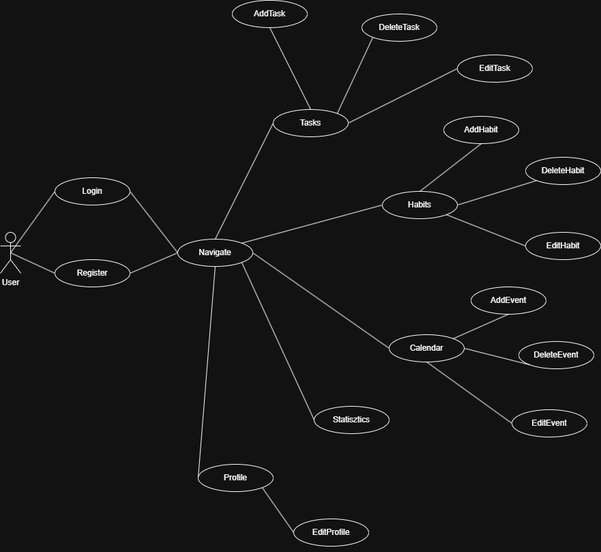
Before: Tervezés/Usecase_diagram.png, a diagram exported from draw.io (Fr7zs8/NapiCsepp). Source tidied: cells renumbered, new cells last; positions are measured from the earlier drawing's top-left corner, leaving out a move shared by most shapes.
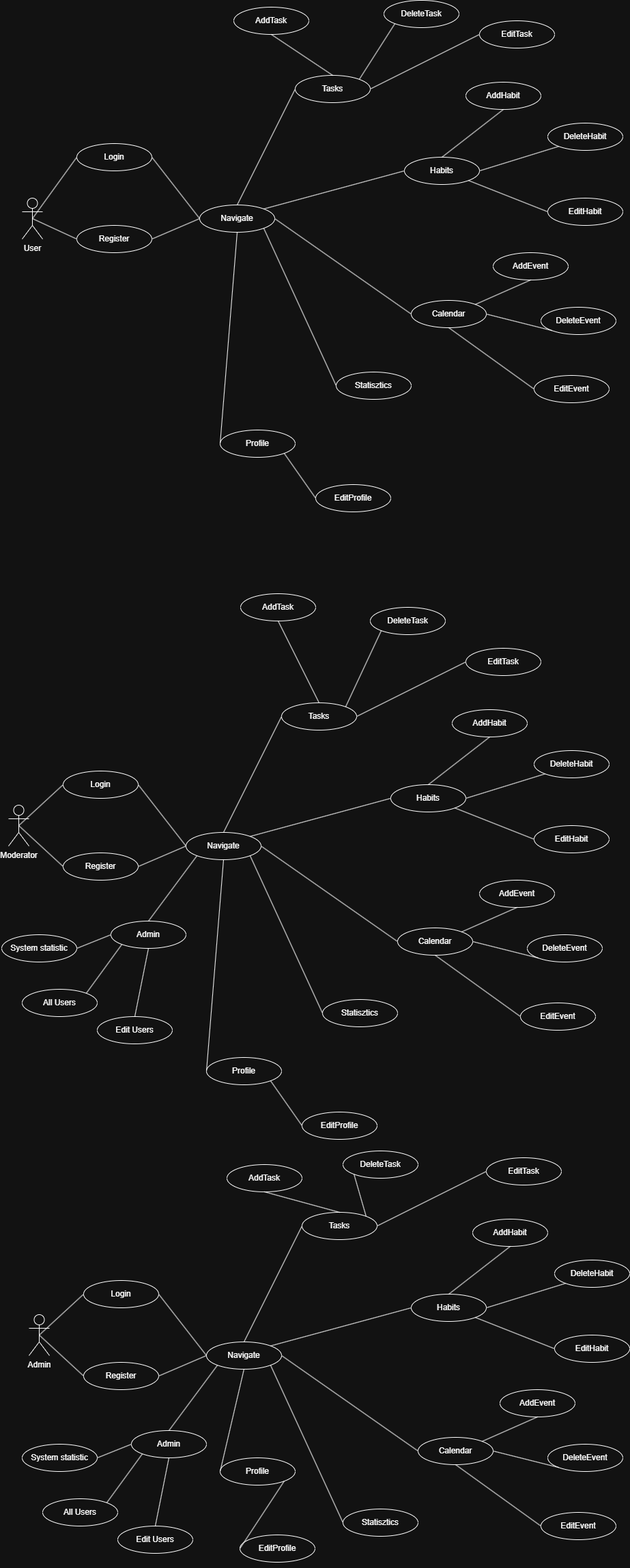
The same diagram one commit later.

Diff of the diagram source:
```diff
@@ -48,10 +48,10 @@
       <mxGeometry relative="1" as="geometry" />
     </mxCell>
     <mxCell id="17" value="AddTask" style="ellipse;whiteSpace=wrap;html=1;" parent="1" vertex="1">
-      <mxGeometry x="340" width="110" height="40" as="geometry" />
+      <mxGeometry x="310" y="60" width="110" height="40" as="geometry" />
     </mxCell>
     <mxCell id="18" value="DeleteTask" style="ellipse;whiteSpace=wrap;html=1;" parent="1" vertex="1">
-      <mxGeometry x="530" y="20" width="110" height="40" as="geometry" />
+      <mxGeometry x="530" y="50" width="110" height="40" as="geometry" />
     </mxCell>
     <mxCell id="19" value="EditTask" style="ellipse;whiteSpace=wrap;html=1;" parent="1" vertex="1">
       <mxGeometry x="670" y="80" width="110" height="40" as="geometry" />
@@ -119,5 +119,293 @@
     <mxCell id="40" style="endArrow=none;html=1;rounded=0;exitX=1;exitY=0.5;exitDx=0;exitDy=0;entryX=0;entryY=0.5;entryDx=0;entryDy=0;" parent="1" edge="1" source="38" target="5">
       <mxGeometry relative="1" as="geometry" />
     </mxCell>
+    <mxCell id="41" value="Moderator" style="shape=umlActor;verticalLabelPosition=bottom;verticalAlign=top;html=1;" parent="1" vertex="1">
+      <mxGeometry x="-20" y="1230" width="30" height="60" as="geometry" />
+    </mxCell>
+    <mxCell id="42" value="Login" style="ellipse;whiteSpace=wrap;html=1;" parent="1" vertex="1">
+      <mxGeometry x="60" y="1180" width="110" height="40" as="geometry" />
+    </mxCell>
+    <mxCell id="43" style="endArrow=none;html=1;rounded=0;exitX=0.5;exitY=0.5;exitDx=0;exitDy=0;exitPerimeter=0;entryX=0;entryY=0.5;entryDx=0;entryDy=0;" parent="1" edge="1" source="41" target="42">
+      <mxGeometry relative="1" as="geometry" />
+    </mxCell>
+    <mxCell id="44" value="Navigate" style="ellipse;whiteSpace=wrap;html=1;" parent="1" vertex="1">
+      <mxGeometry x="240" y="1270" width="110" height="40" as="geometry" />
+    </mxCell>
+    <mxCell id="45" value="Tasks" style="ellipse;whiteSpace=wrap;html=1;" parent="1" vertex="1">
+      <mxGeometry x="380" y="1080" width="110" height="40" as="geometry" />
+    </mxCell>
+    <mxCell id="46" value="Habits" style="ellipse;whiteSpace=wrap;html=1;" parent="1" vertex="1">
+      <mxGeometry x="540" y="1200" width="110" height="40" as="geometry" />
+    </mxCell>
+    <mxCell id="47" value="Calendar" style="ellipse;whiteSpace=wrap;html=1;" parent="1" vertex="1">
+      <mxGeometry x="550" y="1410" width="110" height="40" as="geometry" />
+    </mxCell>
+    <mxCell id="48" value="Statisztics" style="ellipse;whiteSpace=wrap;html=1;" parent="1" vertex="1">
+      <mxGeometry x="440" y="1515" width="110" height="40" as="geometry" />
+    </mxCell>
+    <mxCell id="49" value="Profile" style="ellipse;whiteSpace=wrap;html=1;" parent="1" vertex="1">
+      <mxGeometry x="270" y="1600" width="110" height="40" as="geometry" />
+    </mxCell>
+    <mxCell id="50" style="endArrow=none;html=1;rounded=0;exitX=1;exitY=0.5;exitDx=0;exitDy=0;entryX=0;entryY=0.5;entryDx=0;entryDy=0;" parent="1" edge="1" source="42" target="44">
+      <mxGeometry relative="1" as="geometry" />
+    </mxCell>
+    <mxCell id="51" style="endArrow=none;html=1;rounded=0;exitX=0.5;exitY=0;exitDx=0;exitDy=0;entryX=0;entryY=0.5;entryDx=0;entryDy=0;" parent="1" edge="1" source="44" target="45">
+      <mxGeometry relative="1" as="geometry" />
+    </mxCell>
+    <mxCell id="52" style="endArrow=none;html=1;rounded=0;exitX=1;exitY=0;exitDx=0;exitDy=0;entryX=0;entryY=0.5;entryDx=0;entryDy=0;" parent="1" edge="1" source="44" target="46">
+      <mxGeometry relative="1" as="geometry" />
+    </mxCell>
+    <mxCell id="53" style="endArrow=none;html=1;rounded=0;exitX=1;exitY=0.5;exitDx=0;exitDy=0;entryX=0;entryY=0.5;entryDx=0;entryDy=0;" parent="1" edge="1" source="44" target="47">
+      <mxGeometry relative="1" as="geometry" />
+    </mxCell>
+    <mxCell id="54" style="endArrow=none;html=1;rounded=0;exitX=1;exitY=1;exitDx=0;exitDy=0;entryX=0;entryY=0.5;entryDx=0;entryDy=0;" parent="1" edge="1" source="44" target="48">
+      <mxGeometry relative="1" as="geometry" />
+    </mxCell>
+    <mxCell id="55" style="endArrow=none;html=1;rounded=0;exitX=0.5;exitY=1;exitDx=0;exitDy=0;entryX=0;entryY=0.5;entryDx=0;entryDy=0;" parent="1" edge="1" source="44" target="49">
+      <mxGeometry relative="1" as="geometry" />
+    </mxCell>
+    <mxCell id="56" value="AddTask" style="ellipse;whiteSpace=wrap;html=1;" parent="1" vertex="1">
+      <mxGeometry x="320" y="920" width="110" height="40" as="geometry" />
+    </mxCell>
+    <mxCell id="57" value="DeleteTask" style="ellipse;whiteSpace=wrap;html=1;" parent="1" vertex="1">
+      <mxGeometry x="510" y="940" width="110" height="40" as="geometry" />
+    </mxCell>
+    <mxCell id="58" value="EditTask" style="ellipse;whiteSpace=wrap;html=1;" parent="1" vertex="1">
+      <mxGeometry x="650" y="1000" width="110" height="40" as="geometry" />
+    </mxCell>
+    <mxCell id="59" style="endArrow=none;html=1;rounded=0;entryX=0.5;entryY=1;entryDx=0;entryDy=0;exitX=0.5;exitY=0;exitDx=0;exitDy=0;" parent="1" edge="1" source="45" target="56">
+      <mxGeometry relative="1" as="geometry" />
+    </mxCell>
+    <mxCell id="60" style="endArrow=none;html=1;rounded=0;entryX=0;entryY=1;entryDx=0;entryDy=0;exitX=1;exitY=0;exitDx=0;exitDy=0;" parent="1" edge="1" source="45" target="57">
+      <mxGeometry relative="1" as="geometry" />
+    </mxCell>
+    <mxCell id="61" style="endArrow=none;html=1;rounded=0;entryX=1;entryY=0.5;entryDx=0;entryDy=0;exitX=0;exitY=0.5;exitDx=0;exitDy=0;" parent="1" edge="1" source="58" target="45">
+      <mxGeometry relative="1" as="geometry" />
+    </mxCell>
+    <mxCell id="62" value="AddHabit" style="ellipse;whiteSpace=wrap;html=1;" parent="1" vertex="1">
+      <mxGeometry x="630" y="1090" width="110" height="40" as="geometry" />
+    </mxCell>
+    <mxCell id="63" value="DeleteHabit" style="ellipse;whiteSpace=wrap;html=1;" parent="1" vertex="1">
+      <mxGeometry x="750" y="1150" width="110" height="40" as="geometry" />
+    </mxCell>
+    <mxCell id="64" value="EditHabit" style="ellipse;whiteSpace=wrap;html=1;" parent="1" vertex="1">
+      <mxGeometry x="750" y="1260" width="110" height="40" as="geometry" />
+    </mxCell>
+    <mxCell id="65" style="endArrow=none;html=1;rounded=0;entryX=0.5;entryY=1;entryDx=0;entryDy=0;exitX=0.5;exitY=0;exitDx=0;exitDy=0;" parent="1" edge="1" source="46" target="62">
+      <mxGeometry relative="1" as="geometry" />
+    </mxCell>
+    <mxCell id="66" style="endArrow=none;html=1;rounded=0;entryX=0;entryY=1;entryDx=0;entryDy=0;exitX=1;exitY=0.5;exitDx=0;exitDy=0;" parent="1" edge="1" source="46" target="63">
+      <mxGeometry relative="1" as="geometry" />
+    </mxCell>
+    <mxCell id="67" style="endArrow=none;html=1;rounded=0;entryX=1;entryY=1;entryDx=0;entryDy=0;exitX=0;exitY=0.5;exitDx=0;exitDy=0;" parent="1" edge="1" source="64" target="46">
+      <mxGeometry relative="1" as="geometry" />
+    </mxCell>
+    <mxCell id="68" value="AddEvent" style="ellipse;whiteSpace=wrap;html=1;" parent="1" vertex="1">
+      <mxGeometry x="670" y="1340" width="110" height="40" as="geometry" />
+    </mxCell>
+    <mxCell id="69" value="DeleteEvent" style="ellipse;whiteSpace=wrap;html=1;" parent="1" vertex="1">
+      <mxGeometry x="740" y="1420" width="110" height="40" as="geometry" />
+    </mxCell>
+    <mxCell id="70" value="EditEvent" style="ellipse;whiteSpace=wrap;html=1;" parent="1" vertex="1">
+      <mxGeometry x="730" y="1520" width="110" height="40" as="geometry" />
+    </mxCell>
+    <mxCell id="71" style="endArrow=none;html=1;rounded=0;entryX=0.5;entryY=1;entryDx=0;entryDy=0;exitX=1;exitY=0;exitDx=0;exitDy=0;" parent="1" edge="1" source="47" target="68">
+      <mxGeometry relative="1" as="geometry" />
+    </mxCell>
+    <mxCell id="72" style="endArrow=none;html=1;rounded=0;entryX=0;entryY=1;entryDx=0;entryDy=0;exitX=1;exitY=0.5;exitDx=0;exitDy=0;" parent="1" edge="1" source="47" target="69">
+      <mxGeometry relative="1" as="geometry" />
+    </mxCell>
+    <mxCell id="73" style="endArrow=none;html=1;rounded=0;entryX=0.5;entryY=1;entryDx=0;entryDy=0;exitX=0;exitY=0.5;exitDx=0;exitDy=0;" parent="1" edge="1" source="70" target="47">
+      <mxGeometry relative="1" as="geometry" />
+    </mxCell>
+    <mxCell id="74" value="EditProfile" style="ellipse;whiteSpace=wrap;html=1;" parent="1" vertex="1">
+      <mxGeometry x="410" y="1680" width="110" height="40" as="geometry" />
+    </mxCell>
+    <mxCell id="75" style="edgeStyle=orthogonalEdgeStyle;rounded=0;orthogonalLoop=1;jettySize=auto;html=1;exitX=0.5;exitY=1;exitDx=0;exitDy=0;" parent="1" edge="1" source="74" target="74">
+      <mxGeometry relative="1" as="geometry" />
+    </mxCell>
+    <mxCell id="76" style="endArrow=none;html=1;rounded=0;exitX=1;exitY=1;exitDx=0;exitDy=0;entryX=0;entryY=0.5;entryDx=0;entryDy=0;" parent="1" edge="1" source="49" target="74">
+      <mxGeometry relative="1" as="geometry" />
+    </mxCell>
+    <mxCell id="77" value="Register" style="ellipse;whiteSpace=wrap;html=1;" parent="1" vertex="1">
+      <mxGeometry x="60" y="1300" width="110" height="40" as="geometry" />
+    </mxCell>
+    <mxCell id="78" style="endArrow=none;html=1;rounded=0;exitX=0;exitY=0.5;exitDx=0;exitDy=0;entryX=0.5;entryY=0.5;entryDx=0;entryDy=0;entryPerimeter=0;" parent="1" edge="1" source="77" target="41">
+      <mxGeometry relative="1" as="geometry" />
+    </mxCell>
+    <mxCell id="79" style="endArrow=none;html=1;rounded=0;exitX=1;exitY=0.5;exitDx=0;exitDy=0;entryX=0;entryY=0.5;entryDx=0;entryDy=0;" parent="1" edge="1" source="77" target="44">
+      <mxGeometry relative="1" as="geometry" />
+    </mxCell>
+    <mxCell id="80" value="Admin" style="ellipse;whiteSpace=wrap;html=1;" parent="1" vertex="1">
+      <mxGeometry x="130" y="1400" width="110" height="40" as="geometry" />
+    </mxCell>
+    <mxCell id="81" value="Edit Users" style="ellipse;whiteSpace=wrap;html=1;" parent="1" vertex="1">
+      <mxGeometry x="110" y="1540" width="110" height="40" as="geometry" />
+    </mxCell>
+    <mxCell id="82" style="edgeStyle=orthogonalEdgeStyle;rounded=0;orthogonalLoop=1;jettySize=auto;html=1;exitX=0.5;exitY=1;exitDx=0;exitDy=0;" parent="1" edge="1" source="81" target="81">
+      <mxGeometry relative="1" as="geometry" />
+    </mxCell>
+    <mxCell id="83" value="All Users" style="ellipse;whiteSpace=wrap;html=1;" parent="1" vertex="1">
+      <mxGeometry y="1500" width="110" height="40" as="geometry" />
+    </mxCell>
+    <mxCell id="84" value="System statistic" style="ellipse;whiteSpace=wrap;html=1;" parent="1" vertex="1">
+      <mxGeometry x="-30" y="1420" width="110" height="40" as="geometry" />
+    </mxCell>
+    <mxCell id="85" style="endArrow=none;html=1;rounded=0;exitX=0;exitY=1;exitDx=0;exitDy=0;entryX=0.5;entryY=0;entryDx=0;entryDy=0;" parent="1" edge="1" source="44" target="80">
+      <mxGeometry relative="1" as="geometry" />
+    </mxCell>
+    <mxCell id="86" style="endArrow=none;html=1;rounded=0;exitX=0;exitY=0.5;exitDx=0;exitDy=0;entryX=1;entryY=0.5;entryDx=0;entryDy=0;" parent="1" edge="1" source="80" target="84">
+      <mxGeometry relative="1" as="geometry" />
+    </mxCell>
+    <mxCell id="87" style="endArrow=none;html=1;rounded=0;exitX=0;exitY=1;exitDx=0;exitDy=0;entryX=1;entryY=0;entryDx=0;entryDy=0;" parent="1" edge="1" source="80" target="83">
+      <mxGeometry relative="1" as="geometry" />
+    </mxCell>
+    <mxCell id="88" style="endArrow=none;html=1;rounded=0;exitX=0.5;exitY=1;exitDx=0;exitDy=0;entryX=0.5;entryY=0;entryDx=0;entryDy=0;" parent="1" edge="1" source="80" target="81">
+      <mxGeometry relative="1" as="geometry" />
+    </mxCell>
+    <mxCell id="89" value="Admin" style="shape=umlActor;verticalLabelPosition=bottom;verticalAlign=top;html=1;" parent="1" vertex="1">
+      <mxGeometry x="10" y="1977" width="30" height="60" as="geometry" />
+    </mxCell>
+    <mxCell id="90" value="Login" style="ellipse;whiteSpace=wrap;html=1;" parent="1" vertex="1">
+      <mxGeometry x="90" y="1927" width="110" height="40" as="geometry" />
+    </mxCell>
+    <mxCell id="91" style="endArrow=none;html=1;rounded=0;exitX=0.5;exitY=0.5;exitDx=0;exitDy=0;exitPerimeter=0;entryX=0;entryY=0.5;entryDx=0;entryDy=0;" parent="1" edge="1" source="89" target="90">
+      <mxGeometry relative="1" as="geometry" />
+    </mxCell>
+    <mxCell id="92" value="Navigate" style="ellipse;whiteSpace=wrap;html=1;" parent="1" vertex="1">
+      <mxGeometry x="270" y="2017" width="110" height="40" as="geometry" />
+    </mxCell>
+    <mxCell id="93" value="Tasks" style="ellipse;whiteSpace=wrap;html=1;" parent="1" vertex="1">
+      <mxGeometry x="410" y="1827" width="110" height="40" as="geometry" />
+    </mxCell>
+    <mxCell id="94" value="Habits" style="ellipse;whiteSpace=wrap;html=1;" parent="1" vertex="1">
+      <mxGeometry x="570" y="1947" width="110" height="40" as="geometry" />
+    </mxCell>
+    <mxCell id="95" value="Calendar" style="ellipse;whiteSpace=wrap;html=1;" parent="1" vertex="1">
+      <mxGeometry x="580" y="2157" width="110" height="40" as="geometry" />
+    </mxCell>
+    <mxCell id="96" value="Statisztics" style="ellipse;whiteSpace=wrap;html=1;" parent="1" vertex="1">
+      <mxGeometry x="470" y="2262" width="110" height="40" as="geometry" />
+    </mxCell>
+    <mxCell id="97" value="Profile" style="ellipse;whiteSpace=wrap;html=1;" parent="1" vertex="1">
+      <mxGeometry x="290" y="2187" width="110" height="40" as="geometry" />
+    </mxCell>
+    <mxCell id="98" style="endArrow=none;html=1;rounded=0;exitX=1;exitY=0.5;exitDx=0;exitDy=0;entryX=0;entryY=0.5;entryDx=0;entryDy=0;" parent="1" edge="1" source="90" target="92">
+      <mxGeometry relative="1" as="geometry" />
+    </mxCell>
+    <mxCell id="99" style="endArrow=none;html=1;rounded=0;exitX=0.5;exitY=0;exitDx=0;exitDy=0;entryX=0;entryY=0.5;entryDx=0;entryDy=0;" parent="1" edge="1" source="92" target="93">
+      <mxGeometry relative="1" as="geometry" />
+    </mxCell>
+    <mxCell id="100" style="endArrow=none;html=1;rounded=0;exitX=1;exitY=0;exitDx=0;exitDy=0;entryX=0;entryY=0.5;entryDx=0;entryDy=0;" parent="1" edge="1" source="92" target="94">
+      <mxGeometry relative="1" as="geometry" />
+    </mxCell>
+    <mxCell id="101" style="endArrow=none;html=1;rounded=0;exitX=1;exitY=0.5;exitDx=0;exitDy=0;entryX=0;entryY=0.5;entryDx=0;entryDy=0;" parent="1" edge="1" source="92" target="95">
+      <mxGeometry relative="1" as="geometry" />
+    </mxCell>
+    <mxCell id="102" style="endArrow=none;html=1;rounded=0;exitX=1;exitY=1;exitDx=0;exitDy=0;entryX=0;entryY=0.5;entryDx=0;entryDy=0;" parent="1" edge="1" source="92" target="96">
+      <mxGeometry relative="1" as="geometry" />
+    </mxCell>
+    <mxCell id="103" style="endArrow=none;html=1;rounded=0;exitX=0.5;exitY=1;exitDx=0;exitDy=0;entryX=0;entryY=0.5;entryDx=0;entryDy=0;" parent="1" edge="1" source="92" target="97">
+      <mxGeometry relative="1" as="geometry" />
+    </mxCell>
+    <mxCell id="104" value="AddTask" style="ellipse;whiteSpace=wrap;html=1;" parent="1" vertex="1">
+      <mxGeometry x="300" y="1757" width="110" height="40" as="geometry" />
+    </mxCell>
+    <mxCell id="105" value="DeleteTask" style="ellipse;whiteSpace=wrap;html=1;" parent="1" vertex="1">
+      <mxGeometry x="470" y="1737" width="110" height="40" as="geometry" />
+    </mxCell>
+    <mxCell id="106" value="EditTask" style="ellipse;whiteSpace=wrap;html=1;" parent="1" vertex="1">
+      <mxGeometry x="680" y="1747" width="110" height="40" as="geometry" />
+    </mxCell>
+    <mxCell id="107" style="endArrow=none;html=1;rounded=0;entryX=0.5;entryY=1;entryDx=0;entryDy=0;exitX=0.5;exitY=0;exitDx=0;exitDy=0;" parent="1" edge="1" source="93" target="104">
+      <mxGeometry relative="1" as="geometry" />
+    </mxCell>
+    <mxCell id="108" style="endArrow=none;html=1;rounded=0;entryX=0;entryY=1;entryDx=0;entryDy=0;exitX=1;exitY=0;exitDx=0;exitDy=0;" parent="1" edge="1" source="93" target="105">
+      <mxGeometry relative="1" as="geometry" />
+    </mxCell>
+    <mxCell id="109" style="endArrow=none;html=1;rounded=0;entryX=1;entryY=0.5;entryDx=0;entryDy=0;exitX=0;exitY=0.5;exitDx=0;exitDy=0;" parent="1" edge="1" source="106" target="93">
+      <mxGeometry relative="1" as="geometry" />
+    </mxCell>
+    <mxCell id="110" value="AddHabit" style="ellipse;whiteSpace=wrap;html=1;" parent="1" vertex="1">
+      <mxGeometry x="660" y="1837" width="110" height="40" as="geometry" />
+    </mxCell>
+    <mxCell id="111" value="DeleteHabit" style="ellipse;whiteSpace=wrap;html=1;" parent="1" vertex="1">
+      <mxGeometry x="780" y="1897" width="110" height="40" as="geometry" />
+    </mxCell>
+    <mxCell id="112" value="EditHabit" style="ellipse;whiteSpace=wrap;html=1;" parent="1" vertex="1">
+      <mxGeometry x="780" y="2007" width="110" height="40" as="geometry" />
+    </mxCell>
+    <mxCell id="113" style="endArrow=none;html=1;rounded=0;entryX=0.5;entryY=1;entryDx=0;entryDy=0;exitX=0.5;exitY=0;exitDx=0;exitDy=0;" parent="1" edge="1" source="94" target="110">
+      <mxGeometry relative="1" as="geometry" />
+    </mxCell>
+    <mxCell id="114" style="endArrow=none;html=1;rounded=0;entryX=0;entryY=1;entryDx=0;entryDy=0;exitX=1;exitY=0.5;exitDx=0;exitDy=0;" parent="1" edge="1" source="94" target="111">
+      <mxGeometry relative="1" as="geometry" />
+    </mxCell>
+    <mxCell id="115" style="endArrow=none;html=1;rounded=0;entryX=1;entryY=1;entryDx=0;entryDy=0;exitX=0;exitY=0.5;exitDx=0;exitDy=0;" parent="1" edge="1" source="112" target="94">
+      <mxGeometry relative="1" as="geometry" />
+    </mxCell>
+    <mxCell id="116" value="AddEvent" style="ellipse;whiteSpace=wrap;html=1;" parent="1" vertex="1">
+      <mxGeometry x="700" y="2087" width="110" height="40" as="geometry" />
+    </mxCell>
+    <mxCell id="117" value="DeleteEvent" style="ellipse;whiteSpace=wrap;html=1;" parent="1" vertex="1">
+      <mxGeometry x="770" y="2167" width="110" height="40" as="geometry" />
+    </mxCell>
+    <mxCell id="118" value="EditEvent" style="ellipse;whiteSpace=wrap;html=1;" parent="1" vertex="1">
+      <mxGeometry x="760" y="2267" width="110" height="40" as="geometry" />
+    </mxCell>
+    <mxCell id="119" style="endArrow=none;html=1;rounded=0;entryX=0.5;entryY=1;entryDx=0;entryDy=0;exitX=1;exitY=0;exitDx=0;exitDy=0;" parent="1" edge="1" source="95" target="116">
+      <mxGeometry relative="1" as="geometry" />
+    </mxCell>
+    <mxCell id="120" style="endArrow=none;html=1;rounded=0;entryX=0;entryY=1;entryDx=0;entryDy=0;exitX=1;exitY=0.5;exitDx=0;exitDy=0;" parent="1" edge="1" source="95" target="117">
+      <mxGeometry relative="1" as="geometry" />
+    </mxCell>
+    <mxCell id="121" style="endArrow=none;html=1;rounded=0;entryX=0.5;entryY=1;entryDx=0;entryDy=0;exitX=0;exitY=0.5;exitDx=0;exitDy=0;" parent="1" edge="1" source="118" target="95">
+      <mxGeometry relative="1" as="geometry" />
+    </mxCell>
+    <mxCell id="122" value="EditProfile" style="ellipse;whiteSpace=wrap;html=1;" parent="1" vertex="1">
+      <mxGeometry x="319" y="2300" width="110" height="40" as="geometry" />
+    </mxCell>
+    <mxCell id="123" style="edgeStyle=orthogonalEdgeStyle;rounded=0;orthogonalLoop=1;jettySize=auto;html=1;exitX=0.5;exitY=1;exitDx=0;exitDy=0;" parent="1" edge="1" source="122" target="122">
+      <mxGeometry relative="1" as="geometry" />
+    </mxCell>
+    <mxCell id="124" style="endArrow=none;html=1;rounded=0;exitX=1;exitY=1;exitDx=0;exitDy=0;entryX=0;entryY=0.5;entryDx=0;entryDy=0;" parent="1" edge="1" source="97" target="122">
+      <mxGeometry relative="1" as="geometry" />
+    </mxCell>
+    <mxCell id="125" value="Register" style="ellipse;whiteSpace=wrap;html=1;" parent="1" vertex="1">
+      <mxGeometry x="90" y="2047" width="110" height="40" as="geometry" />
+    </mxCell>
+    <mxCell id="126" style="endArrow=none;html=1;rounded=0;exitX=0;exitY=0.5;exitDx=0;exitDy=0;entryX=0.5;entryY=0.5;entryDx=0;entryDy=0;entryPerimeter=0;" parent="1" edge="1" source="125" target="89">
+      <mxGeometry relative="1" as="geometry" />
+    </mxCell>
+    <mxCell id="127" style="endArrow=none;html=1;rounded=0;exitX=1;exitY=0.5;exitDx=0;exitDy=0;entryX=0;entryY=0.5;entryDx=0;entryDy=0;" parent="1" edge="1" source="125" target="92">
+      <mxGeometry relative="1" as="geometry" />
+    </mxCell>
+    <mxCell id="128" value="Admin" style="ellipse;whiteSpace=wrap;html=1;" parent="1" vertex="1">
+      <mxGeometry x="160" y="2147" width="110" height="40" as="geometry" />
+    </mxCell>
+    <mxCell id="129" value="Edit Users" style="ellipse;whiteSpace=wrap;html=1;" parent="1" vertex="1">
+      <mxGeometry x="140" y="2287" width="110" height="40" as="geometry" />
+    </mxCell>
+    <mxCell id="130" style="edgeStyle=orthogonalEdgeStyle;rounded=0;orthogonalLoop=1;jettySize=auto;html=1;exitX=0.5;exitY=1;exitDx=0;exitDy=0;" parent="1" edge="1" source="129" target="129">
+      <mxGeometry relative="1" as="geometry" />
+    </mxCell>
+    <mxCell id="131" value="All Users" style="ellipse;whiteSpace=wrap;html=1;" parent="1" vertex="1">
+      <mxGeometry x="30" y="2247" width="110" height="40" as="geometry" />
+    </mxCell>
+    <mxCell id="132" value="System statistic" style="ellipse;whiteSpace=wrap;html=1;" parent="1" vertex="1">
+      <mxGeometry y="2167" width="110" height="40" as="geometry" />
+    </mxCell>
+    <mxCell id="133" style="endArrow=none;html=1;rounded=0;exitX=0;exitY=1;exitDx=0;exitDy=0;entryX=0.5;entryY=0;entryDx=0;entryDy=0;" parent="1" edge="1" source="92" target="128">
+      <mxGeometry relative="1" as="geometry" />
+    </mxCell>
+    <mxCell id="134" style="endArrow=none;html=1;rounded=0;exitX=0;exitY=0.5;exitDx=0;exitDy=0;entryX=1;entryY=0.5;entryDx=0;entryDy=0;" parent="1" edge="1" source="128" target="132">
+      <mxGeometry relative="1" as="geometry" />
+    </mxCell>
+    <mxCell id="135" style="endArrow=none;html=1;rounded=0;exitX=0;exitY=1;exitDx=0;exitDy=0;entryX=1;entryY=0;entryDx=0;entryDy=0;" parent="1" edge="1" source="128" target="131">
+      <mxGeometry relative="1" as="geometry" />
+    </mxCell>
+    <mxCell id="136" style="endArrow=none;html=1;rounded=0;exitX=0.5;exitY=1;exitDx=0;exitDy=0;entryX=0.5;entryY=0;entryDx=0;entryDy=0;" parent="1" edge="1" source="128" target="129">
+      <mxGeometry relative="1" as="geometry" />
+    </mxCell>
   </root>
 </mxGraphModel>
```
